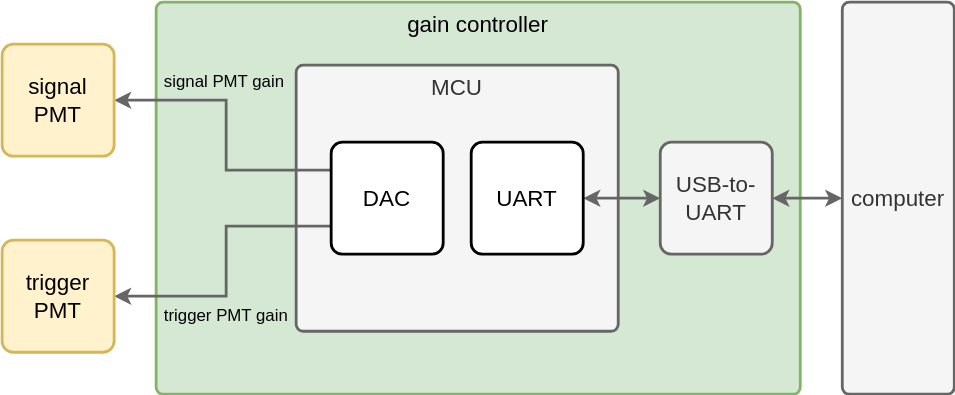
This is docs/system-architecture.svg from BMW-lab-MSU/wingbeat-modulation-lidar-pmt-gain-controller, a draw.io export, as it was before one commit. Source tidied: cells renumbered, new cells last; positions are measured from the earlier drawing's top-left corner, leaving out a move shared by most shapes.
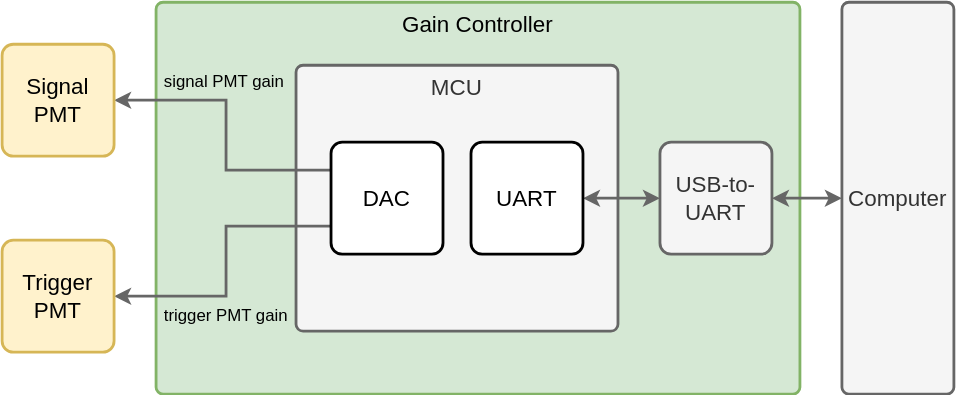
After the change.

Commit message:
use title case for block names

Diff of the diagram source:
```diff
@@ -2,7 +2,7 @@
   <root>
     <mxCell id="0" />
     <mxCell id="1" parent="0" />
-    <mxCell id="2" value="gain controller" style="rounded=1;whiteSpace=wrap;html=1;verticalAlign=top;strokeWidth=2;fontFamily=Helvetica;arcSize=10;fontSize=16;fontStyle=0;fillColor=#d5e8d4;strokeColor=#82b366;absoluteArcSize=1;" parent="1" vertex="1">
+    <mxCell id="2" value="Gain Controller" style="rounded=1;whiteSpace=wrap;html=1;verticalAlign=top;strokeWidth=2;fontFamily=Helvetica;arcSize=10;fontSize=16;fontStyle=0;fillColor=#d5e8d4;strokeColor=#82b366;absoluteArcSize=1;" parent="1" vertex="1">
       <mxGeometry x="110" width="460" height="280" as="geometry" />
     </mxCell>
     <mxCell id="3" value="MCU" style="rounded=1;whiteSpace=wrap;html=1;labelPosition=center;verticalLabelPosition=middle;align=center;verticalAlign=top;strokeWidth=2;fontFamily=Helvetica;arcSize=10;fontSize=16;fontStyle=0;fillColor=#f5f5f5;strokeColor=#666666;fontColor=#333333;absoluteArcSize=1;" parent="1" vertex="1">
@@ -17,7 +17,7 @@
     <mxCell id="6" style="edgeStyle=orthogonalEdgeStyle;rounded=0;jettySize=auto;html=1;exitX=0;exitY=0.5;exitDx=0;exitDy=0;entryX=1;entryY=0.5;entryDx=0;entryDy=0;labelBackgroundColor=none;startArrow=classic;startFill=1;strokeWidth=2;fontFamily=Helvetica;arcSize=10;fontSize=12;strokeColor=#666666;" parent="1" edge="1" source="7" target="5">
       <mxGeometry relative="1" as="geometry" />
     </mxCell>
-    <mxCell id="7" value="computer" style="rounded=1;whiteSpace=wrap;html=1;strokeWidth=2;fontFamily=Helvetica;arcSize=10;fontSize=16;fontStyle=0;fillColor=#f5f5f5;fontColor=#333333;strokeColor=#666666;absoluteArcSize=1;" parent="1" vertex="1">
+    <mxCell id="7" value="Computer" style="rounded=1;whiteSpace=wrap;html=1;strokeWidth=2;fontFamily=Helvetica;arcSize=10;fontSize=16;fontStyle=0;fillColor=#f5f5f5;fontColor=#333333;strokeColor=#666666;absoluteArcSize=1;" parent="1" vertex="1">
       <mxGeometry x="600" width="80" height="280" as="geometry" />
     </mxCell>
     <mxCell id="8" value="signal PMT gain" style="edgeStyle=orthogonalEdgeStyle;rounded=0;jettySize=auto;html=1;exitX=0;exitY=0.25;exitDx=0;exitDy=0;startArrow=none;startFill=0;align=left;labelPosition=left;verticalLabelPosition=top;verticalAlign=bottom;spacingRight=4;labelBackgroundColor=none;spacingBottom=4;strokeWidth=2;fontFamily=Helvetica;arcSize=10;fontSize=12;strokeColor=#666666;spacingLeft=4;entryX=1;entryY=0.5;entryDx=0;entryDy=0;" parent="1" edge="1" source="10" target="12">
@@ -42,10 +42,10 @@
     <mxCell id="11" value="UART" style="rounded=1;whiteSpace=wrap;html=1;strokeWidth=2;fontFamily=Helvetica;arcSize=10;fontSize=16;fontStyle=0;" parent="1" vertex="1">
       <mxGeometry x="335" y="100" width="80" height="80" as="geometry" />
     </mxCell>
-    <mxCell id="12" value="signal&lt;br&gt;PMT" style="rounded=1;whiteSpace=wrap;html=1;strokeWidth=2;fontFamily=Helvetica;arcSize=10;fontSize=16;fontStyle=0;fillColor=#fff2cc;strokeColor=#d6b656;" parent="1" vertex="1">
+    <mxCell id="12" value="Signal&lt;br&gt;PMT" style="rounded=1;whiteSpace=wrap;html=1;strokeWidth=2;fontFamily=Helvetica;arcSize=10;fontSize=16;fontStyle=0;fillColor=#fff2cc;strokeColor=#d6b656;" parent="1" vertex="1">
       <mxGeometry y="30" width="80" height="80" as="geometry" />
     </mxCell>
-    <mxCell id="13" value="trigger&lt;br&gt;PMT" style="rounded=1;whiteSpace=wrap;html=1;strokeWidth=2;fontFamily=Helvetica;arcSize=10;fontSize=16;fontStyle=0;fillColor=#fff2cc;strokeColor=#d6b656;" parent="1" vertex="1">
+    <mxCell id="13" value="Trigger&lt;br&gt;PMT" style="rounded=1;whiteSpace=wrap;html=1;strokeWidth=2;fontFamily=Helvetica;arcSize=10;fontSize=16;fontStyle=0;fillColor=#fff2cc;strokeColor=#d6b656;" parent="1" vertex="1">
       <mxGeometry y="170" width="80" height="80" as="geometry" />
     </mxCell>
   </root>
```
